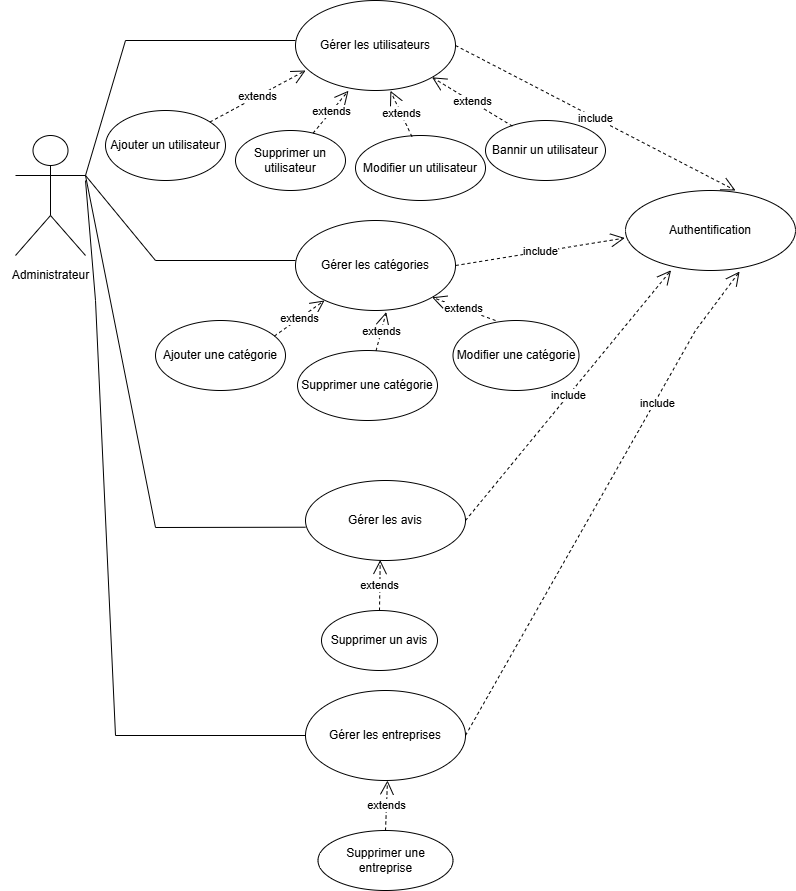
Earlier version of the draw.io export Admin.drawio.drawio.png (Rahma3-sys/Searchgi). Source tidied: cells renumbered, new cells last; positions are measured from the earlier drawing's top-left corner, leaving out a move shared by most shapes.
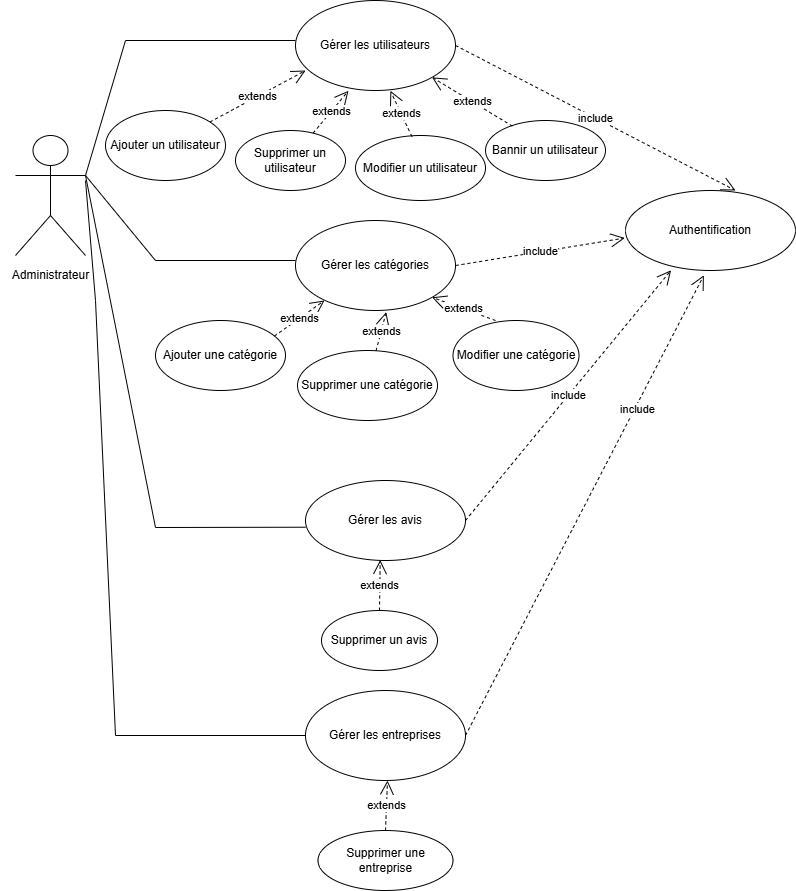
The same diagram one commit later.

Commit message:
Mettre à jour Admin.drawio.drawio.png

Diff of the diagram source:
```diff
@@ -17,12 +17,8 @@
     <mxCell id="6" value="Gérer les entreprises" style="ellipse;whiteSpace=wrap;html=1;" parent="1" vertex="1">
       <mxGeometry x="305" y="690" width="160" height="90" as="geometry" />
     </mxCell>
-    <mxCell id="7" value="include" style="endArrow=open;endSize=12;dashed=1;html=1;rounded=0;exitX=1;exitY=0.5;exitDx=0;exitDy=0;entryX=0.671;entryY=1.013;entryDx=0;entryDy=0;entryPerimeter=0;" parent="1" edge="1" source="6" target="3">
-      <mxGeometry x="0.42" y="-3" relative="1" as="geometry">
-        <Array as="points">
-          <mxPoint x="695" y="330" />
-        </Array>
-      </mxGeometry>
+    <mxCell id="7" value="include" style="endArrow=open;endSize=12;dashed=1;html=1;rounded=0;exitX=1;exitY=0.5;exitDx=0;exitDy=0;entryX=0.461;entryY=1.06;entryDx=0;entryDy=0;entryPerimeter=0;" parent="1" edge="1" source="6" target="3">
+      <mxGeometry x="0.42" y="-3" relative="1" as="geometry" />
     </mxCell>
     <mxCell id="8" value="include" style="endArrow=open;endSize=12;dashed=1;html=1;rounded=0;entryX=0.268;entryY=0.997;entryDx=0;entryDy=0;exitX=1;exitY=0.5;exitDx=0;exitDy=0;entryPerimeter=0;" parent="1" edge="1" source="5" target="3">
       <mxGeometry relative="1" as="geometry" />
```
